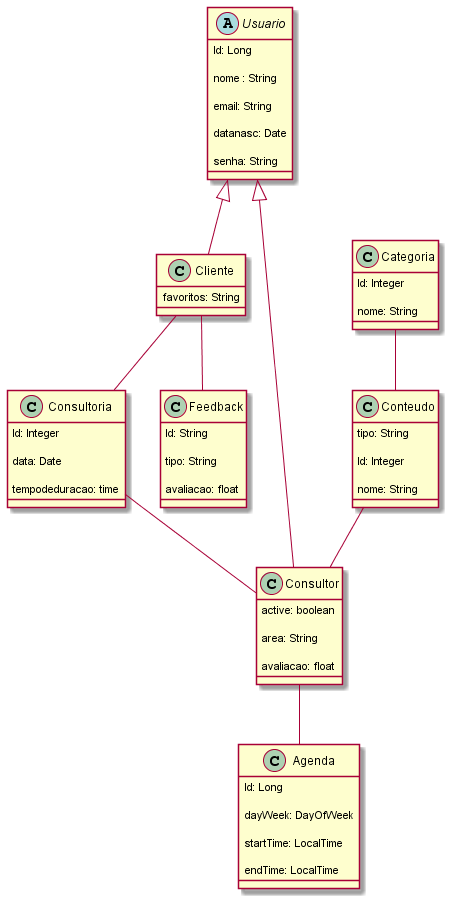
Earlier version of the PlantUML export docs/modConceitual/Modelo Conceitual.png (camycamyha/projetoEngSoftware).
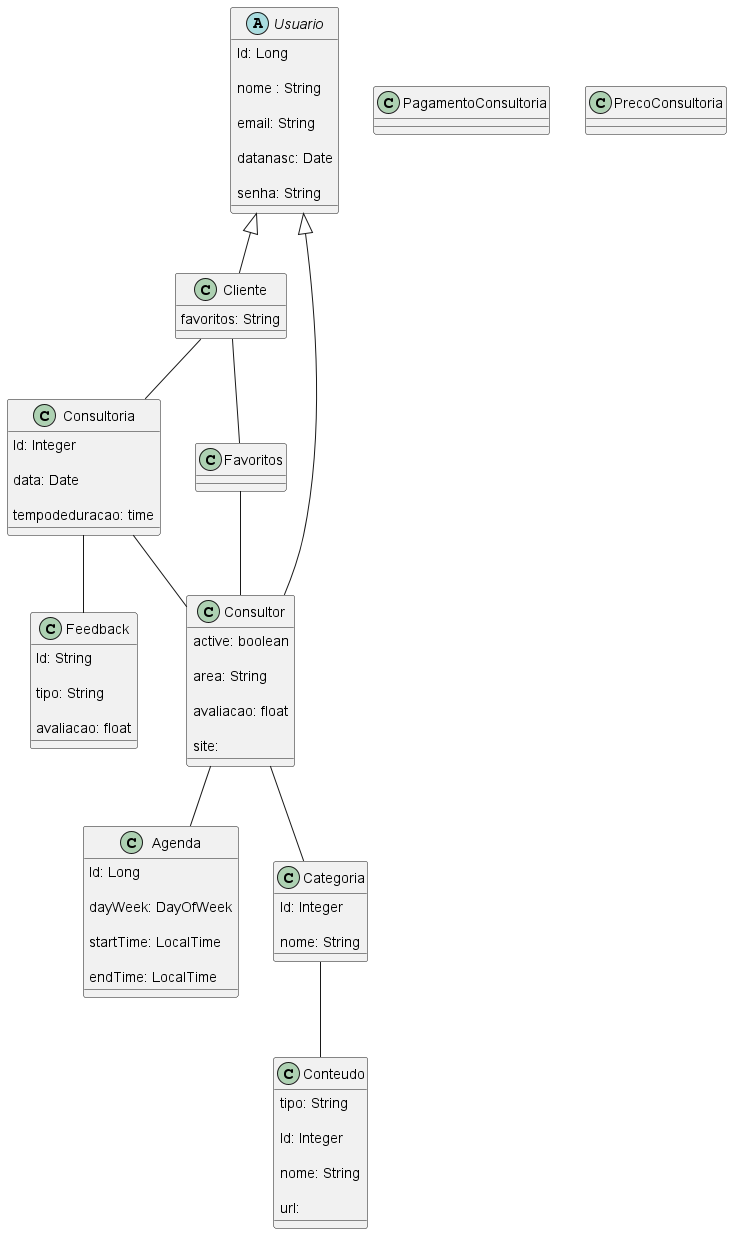
The same diagram one commit later.

Commit message:
nova imagem no README

Change to the diagram source:
```diff
@@ -26,6 +26,8 @@
 
     avaliacao: float
 
+    site:
+
 }
 
 
@@ -37,6 +39,11 @@
 }
 
 
+
+ class Favoritos {
+
+
+}
 
 
 
@@ -52,6 +59,17 @@
 }
 
 
+
+ class PagamentoConsultoria {
+
+
+}
+
+
+class PrecoConsultoria {
+
+
+}
 
 
 
@@ -89,6 +107,8 @@
 
   nome: String
 
+  url:
+
 }
 
 Class Feedback{
@@ -104,16 +124,19 @@
 
 
 
+Cliente -- Favoritos
+
+Favoritos -- Consultor
+
+Consultor -- Categoria
 
 Categoria -- Conteudo
-
-Conteudo -- Consultor
 
 Consultor --|> Usuario
 
 Usuario <|-- Cliente
 
-Cliente --Feedback
+Consultoria --Feedback
 
 Cliente -- Consultoria
 
```
